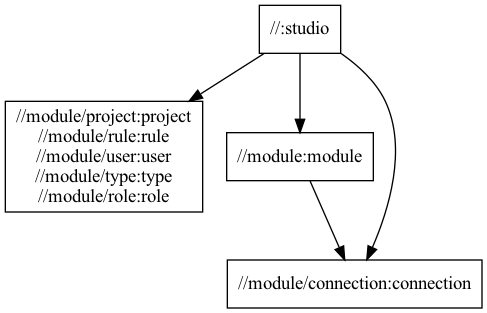
Before: docs/module-package-structure.png, a diagram exported from Graphviz (typedb/typedb-studio). Its source is kept beside it as docs/module-package-structure.dot.
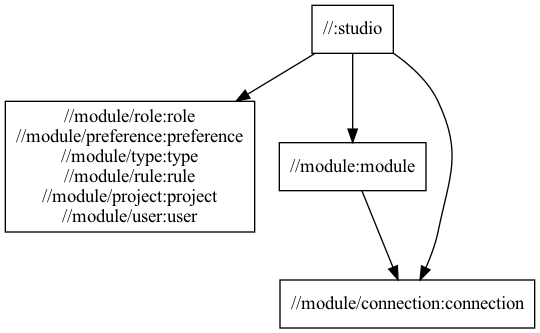
After the commit.

Change to the diagram source:
```diff
@@ -1,10 +1,10 @@
 digraph mygraph {
   node [shape=box];
   "//:studio"
-  "//:studio" -> "//module/project:project\n//module/rule:rule\n//module/user:user\n//module/type:type\n//module/role:role"
+  "//:studio" -> "//module/role:role\n//module/preference:preference\n//module/type:type\n//module/rule:rule\n//module/project:project\n//module/user:user"
   "//:studio" -> "//module:module"
   "//:studio" -> "//module/connection:connection"
-  "//module/project:project\n//module/rule:rule\n//module/user:user\n//module/type:type\n//module/role:role"
+  "//module/role:role\n//module/preference:preference\n//module/type:type\n//module/rule:rule\n//module/project:project\n//module/user:user"
   "//module:module"
   "//module:module" -> "//module/connection:connection"
   "//module/connection:connection"
```
